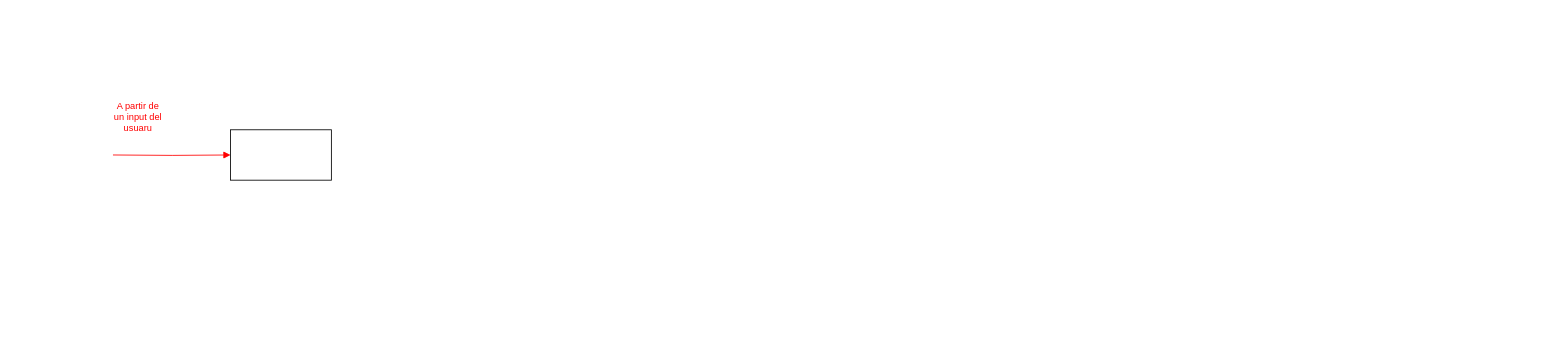
Earlier version of the draw.io diagram Diagrama sin título.drawio (IngMFernandez/BENTRE23-Viabilidad_viviendas). Source tidied: cells renumbered, new cells numbered last; positions are measured from the earlier drawing's top-left corner, leaving out a move shared by most shapes. Both pictures are drawn from the tidied source at 84%, with x=0, y=0 at pixel (113, 104).
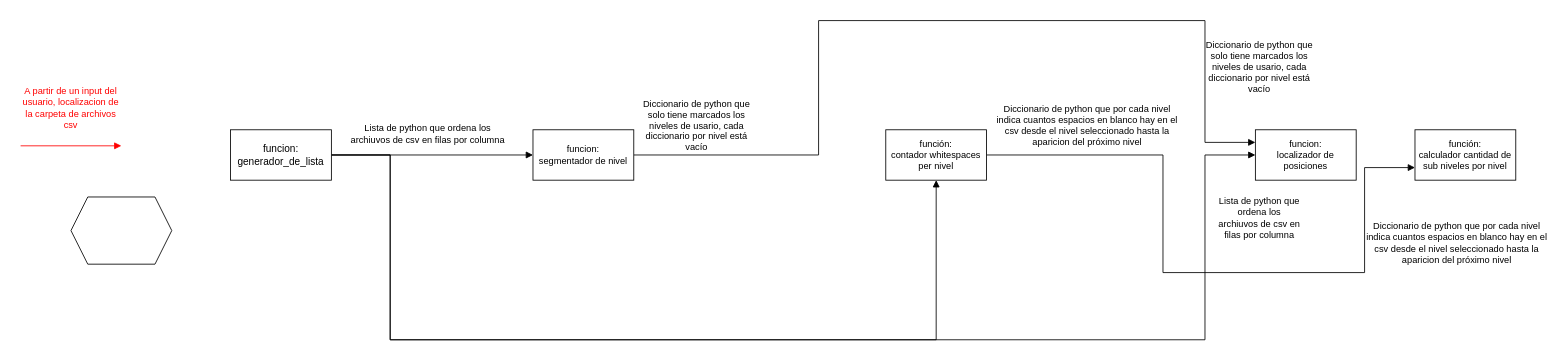
The same diagram, later.

Change to the diagram source:
```diff
@@
-    <mxCell id="2" style="edgeStyle=orthogonalEdgeStyle;shape=connector;rounded=0;jettySize=auto;html=1;labelBackgroundColor=default;strokeColor=#FF0000;fontFamily=Helvetica;fontSize=11;fontColor=default;endArrow=block;endFill=1;" parent="1" edge="1" target="3">
+    <mxCell id="2" style="edgeStyle=orthogonalEdgeStyle;shape=connector;rounded=0;orthogonalLoop=1;jettySize=auto;html=1;labelBackgroundColor=default;strokeColor=#FF0000;fontFamily=Helvetica;fontSize=11;fontColor=default;endArrow=block;endFill=1;" parent="1" edge="1">
       <mxGeometry relative="1" as="geometry">
-        <mxPoint y="60" as="sourcePoint" />
+        <mxPoint x="-110" y="49.1" as="sourcePoint" />
+        <mxPoint x="10" y="49.1" as="targetPoint" />
       </mxGeometry>
     </mxCell>
+    <mxCell id="5" style="edgeStyle=orthogonalEdgeStyle;shape=connector;rounded=0;jettySize=auto;html=1;labelBackgroundColor=default;strokeColor=default;fontFamily=Helvetica;fontSize=11;fontColor=default;endArrow=block;endFill=1;" parent="1" edge="1" source="3" target="10">
+      <mxGeometry relative="1" as="geometry" />
+    </mxCell>
+    <mxCell id="6" style="edgeStyle=orthogonalEdgeStyle;shape=connector;rounded=0;jettySize=auto;html=1;labelBackgroundColor=default;strokeColor=default;fontFamily=Helvetica;fontSize=11;fontColor=default;endArrow=block;endFill=1;" parent="1" edge="1" source="3" target="14">
+      <mxGeometry relative="1" as="geometry">
+        <Array as="points">
+          <mxPoint x="330" y="60" />
+          <mxPoint x="330" y="280" />
+          <mxPoint x="980" y="280" />
+        </Array>
+      </mxGeometry>
+    </mxCell>
+    <mxCell id="7" style="edgeStyle=orthogonalEdgeStyle;shape=connector;rounded=0;jettySize=auto;html=1;labelBackgroundColor=default;strokeColor=default;fontFamily=Helvetica;fontSize=11;fontColor=default;endArrow=block;endFill=1;entryX=0;entryY=0.5;entryDx=0;entryDy=0;" parent="1" edge="1" source="3" target="16">
+      <mxGeometry relative="1" as="geometry">
+        <Array as="points">
+          <mxPoint x="330" y="60" />
+          <mxPoint x="330" y="280" />
+          <mxPoint x="1300" y="280" />
+          <mxPoint x="1300" y="60" />
+        </Array>
+      </mxGeometry>
+    </mxCell>
-    <mxCell id="3" style="rounded=0;whiteSpace=wrap;html=1;" parent="1" vertex="1">
+    <mxCell id="3" value="funcion:&lt;br&gt;generador_de_lista" style="rounded=0;whiteSpace=wrap;html=1;" parent="1" vertex="1">
       <mxGeometry x="140" y="30" width="120" height="60" as="geometry" />
     </mxCell>
-    <mxCell id="4" value="A partir de un input del usuaru" style="text;html=1;strokeColor=none;fillColor=none;align=center;verticalAlign=middle;whiteSpace=wrap;rounded=0;fontSize=11;fontFamily=Helvetica;fontColor=#FF0000;" parent="1" vertex="1">
-      <mxGeometry width="60" height="30" as="geometry" />
+    <mxCell id="4" value="A partir de un input del usuario, localizacion de la carpeta de archivos csv" style="text;html=1;strokeColor=none;fillColor=none;align=center;verticalAlign=middle;whiteSpace=wrap;rounded=0;fontSize=11;fontFamily=Helvetica;fontColor=#FF0000;" parent="1" vertex="1">
+      <mxGeometry x="-110" y="-10.9" width="120" height="30" as="geometry" />
     </mxCell>
+    <mxCell id="8" value="Lista de python que ordena los archiuvos de csv en filas por columna" style="text;html=1;strokeColor=none;fillColor=none;align=center;verticalAlign=middle;whiteSpace=wrap;rounded=0;fontSize=11;fontFamily=Helvetica;fontColor=default;" parent="1" vertex="1">
+      <mxGeometry x="280" y="20" width="190" height="30" as="geometry" />
+    </mxCell>
+    <mxCell id="9" style="edgeStyle=orthogonalEdgeStyle;shape=connector;rounded=0;jettySize=auto;html=1;labelBackgroundColor=default;strokeColor=default;fontFamily=Helvetica;fontSize=11;fontColor=default;endArrow=block;endFill=1;entryX=0;entryY=0.25;entryDx=0;entryDy=0;" parent="1" edge="1" source="10" target="16">
+      <mxGeometry relative="1" as="geometry">
+        <Array as="points">
+          <mxPoint x="840" y="60" />
+          <mxPoint x="840" y="-100" />
+          <mxPoint x="1300" y="-100" />
+          <mxPoint x="1300" y="45" />
+        </Array>
+      </mxGeometry>
+    </mxCell>
+    <mxCell id="10" value="funcion:&lt;br&gt;segmentador de nivel" style="rounded=0;whiteSpace=wrap;html=1;fontFamily=Helvetica;fontSize=11;fontColor=default;" parent="1" vertex="1">
+      <mxGeometry x="500" y="30" width="120" height="60" as="geometry" />
+    </mxCell>
+    <mxCell id="11" value="Diccionario de python que solo tiene marcados los niveles de usario, cada diccionario por nivel está vacío" style="text;html=1;strokeColor=none;fillColor=none;align=center;verticalAlign=middle;whiteSpace=wrap;rounded=0;fontSize=11;fontFamily=Helvetica;fontColor=default;" parent="1" vertex="1">
+      <mxGeometry x="620" y="10" width="150" height="30" as="geometry" />
+    </mxCell>
+    <mxCell id="12" style="shape=hexagon;perimeter=hexagonPerimeter2;whiteSpace=wrap;html=1;fixedSize=1;fontFamily=Helvetica;fontSize=11;fontColor=default;" parent="1" vertex="1">
+      <mxGeometry x="-50" y="110" width="120" height="80" as="geometry" />
+    </mxCell>
+    <mxCell id="13" style="edgeStyle=orthogonalEdgeStyle;shape=connector;rounded=0;jettySize=auto;html=1;labelBackgroundColor=default;strokeColor=default;fontFamily=Helvetica;fontSize=11;fontColor=default;endArrow=block;endFill=1;entryX=0;entryY=0.75;entryDx=0;entryDy=0;" parent="1" edge="1" source="14" target="19">
+      <mxGeometry relative="1" as="geometry">
+        <Array as="points">
+          <mxPoint x="1250" y="60" />
+          <mxPoint x="1250" y="200" />
+          <mxPoint x="1490" y="200" />
+          <mxPoint x="1490" y="75" />
+        </Array>
+      </mxGeometry>
+    </mxCell>
+    <mxCell id="14" value="función:&lt;br&gt;contador whitespaces per nivel" style="rounded=0;whiteSpace=wrap;html=1;fontFamily=Helvetica;fontSize=11;fontColor=default;" parent="1" vertex="1">
+      <mxGeometry x="920" y="30" width="120" height="60" as="geometry" />
+    </mxCell>
+    <mxCell id="15" value="Diccionario de python que por cada nivel indica cuantos espacios en blanco hay en el csv desde el nivel seleccionado hasta la aparicion del próximo nivel" style="text;html=1;strokeColor=none;fillColor=none;align=center;verticalAlign=middle;whiteSpace=wrap;rounded=0;fontSize=11;fontFamily=Helvetica;fontColor=default;" parent="1" vertex="1">
+      <mxGeometry x="1050" y="10" width="220" height="30" as="geometry" />
+    </mxCell>
+    <mxCell id="16" value="funcion:&lt;br&gt;localizador de posiciones" style="rounded=0;whiteSpace=wrap;html=1;fontFamily=Helvetica;fontSize=11;fontColor=default;" parent="1" vertex="1">
+      <mxGeometry x="1360" y="30" width="120" height="60" as="geometry" />
+    </mxCell>
+    <mxCell id="17" value="Diccionario de python que solo tiene marcados los niveles de usario, cada diccionario por nivel está vacío" style="text;html=1;strokeColor=none;fillColor=none;align=center;verticalAlign=middle;whiteSpace=wrap;rounded=0;fontSize=11;fontFamily=Helvetica;fontColor=default;" parent="1" vertex="1">
+      <mxGeometry x="1290" y="-60" width="150" height="30" as="geometry" />
+    </mxCell>
+    <mxCell id="18" value="Lista de python que ordena los archiuvos de csv en filas por columna" style="text;html=1;strokeColor=none;fillColor=none;align=center;verticalAlign=middle;whiteSpace=wrap;rounded=0;fontSize=11;fontFamily=Helvetica;fontColor=default;" parent="1" vertex="1">
+      <mxGeometry x="1315" y="120" width="100" height="30" as="geometry" />
+    </mxCell>
+    <mxCell id="19" value="función:&lt;br&gt;calculador cantidad de sub niveles por nivel" style="rounded=0;whiteSpace=wrap;html=1;fontFamily=Helvetica;fontSize=11;fontColor=default;" parent="1" vertex="1">
+      <mxGeometry x="1550" y="30" width="120" height="60" as="geometry" />
+    </mxCell>
+    <mxCell id="20" value="Diccionario de python que por cada nivel indica cuantos espacios en blanco hay en el csv desde el nivel seleccionado hasta la aparicion del próximo nivel" style="text;html=1;strokeColor=none;fillColor=none;align=center;verticalAlign=middle;whiteSpace=wrap;rounded=0;fontSize=11;fontFamily=Helvetica;fontColor=default;" parent="1" vertex="1">
+      <mxGeometry x="1490" y="150" width="220" height="30" as="geometry" />
+    </mxCell>
```
